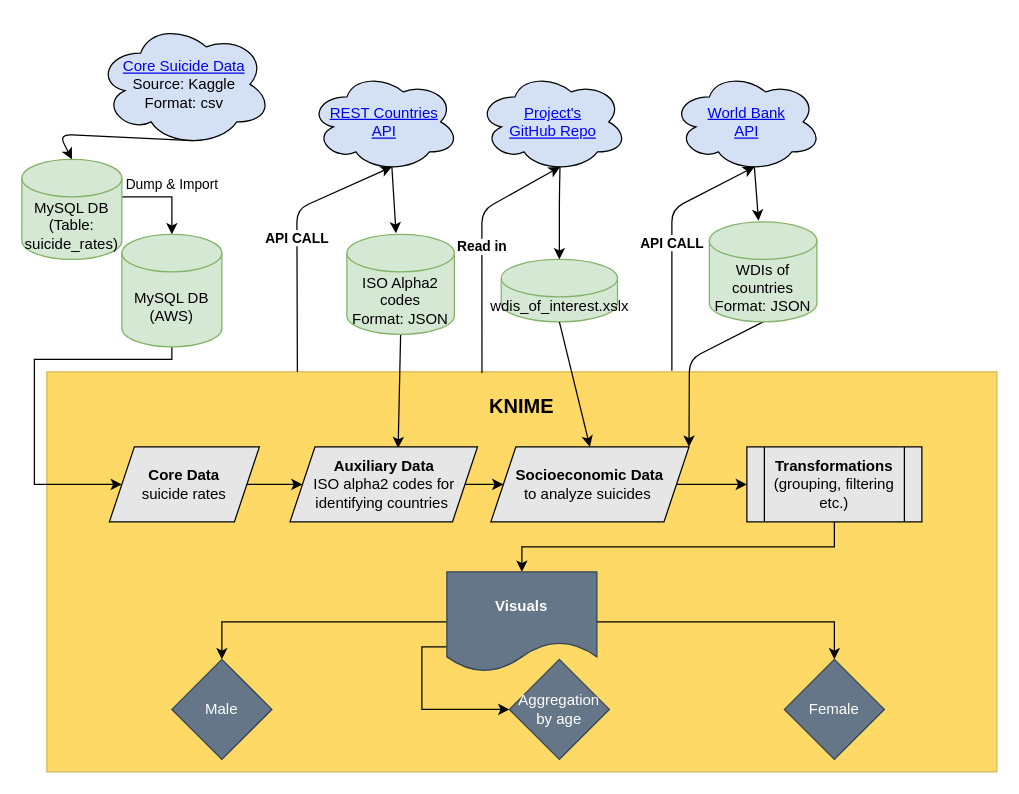
Before: visuals/gdfo.drawio in dgulacsy/DE2_Term_Project, a draw.io diagram. Source tidied: cells renumbered, new cells numbered last; positions are measured from the earlier drawing's top-left corner, leaving out a move shared by most shapes. Both pictures are drawn from the tidied source at 125%, with x=0, y=0 at pixel (21, 21).
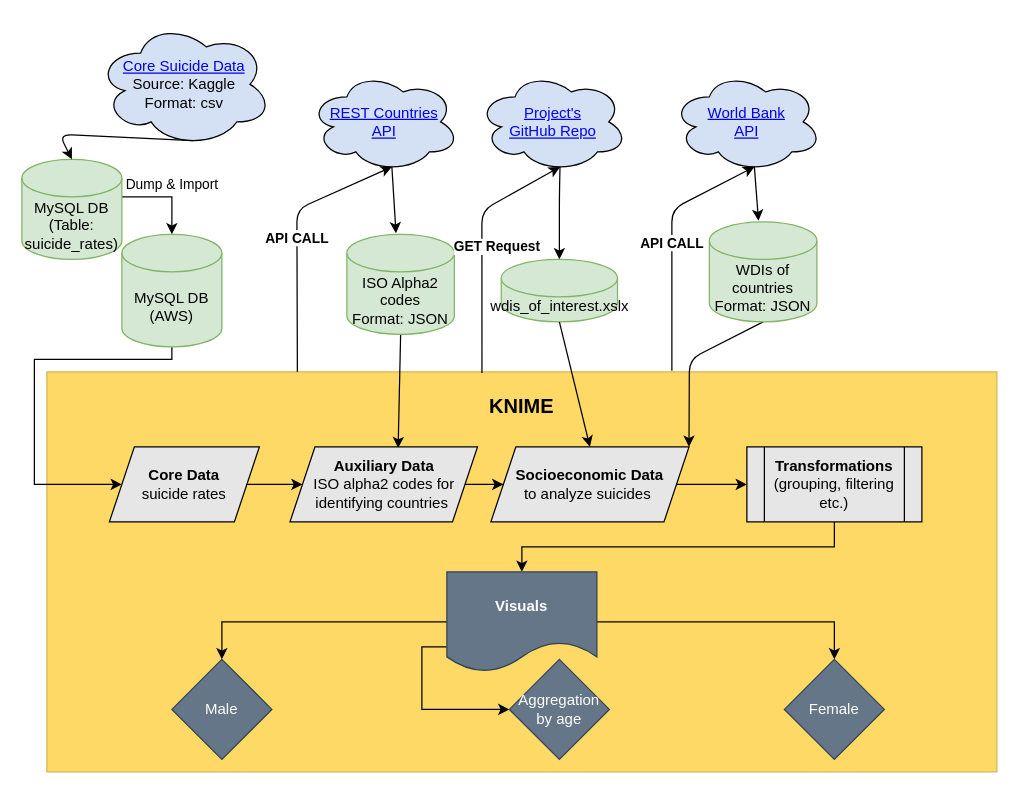
The same diagram, later.

Commit message (it also covers changes not shown here):
add interactivity to gdfo visual

Unchanged cells that the change refers to:
```xml
<mxCell id="2" value="&lt;h2 style=&quot;font-size: 16px ; line-height: 100%&quot;&gt;KNIME&lt;/h2&gt;" style="rounded=0;whiteSpace=wrap;html=1;align=center;horizontal=1;verticalAlign=top;labelBackgroundColor=none;strokeColor=#d6b656;fillColor=#FFD966;" parent="1" vertex="1">
  <mxGeometry x="20" y="280" width="760" height="320" as="geometry" />
</mxCell>
<mxCell id="34" value="&lt;u&gt;&lt;font&gt;Project's&lt;br&gt;GitHub Repo&lt;/font&gt;&lt;/u&gt;" style="ellipse;shape=cloud;whiteSpace=wrap;html=1;fillColor=#D4E1F5;fontColor=#0000FF;" parent="1" vertex="1">
  <mxGeometry x="364.5" y="40" width="120" height="80" as="geometry" />
</mxCell>
```

Change to the diagram source:
```diff
@@
-    <mxCell id="38" value="&lt;b&gt;Read in&lt;/b&gt;" style="endArrow=classic;html=1;entryX=0.55;entryY=0.95;entryDx=0;entryDy=0;entryPerimeter=0;exitX=0.458;exitY=0.003;exitDx=0;exitDy=0;exitPerimeter=0;" parent="1" edge="1" source="2" target="34">
-      <mxGeometry relative="1" as="geometry">
+    <mxCell id="38" value="&lt;b&gt;GET Request&lt;/b&gt;" style="endArrow=classic;html=1;entryX=0.55;entryY=0.95;entryDx=0;entryDy=0;entryPerimeter=0;exitX=0.458;exitY=0.003;exitDx=0;exitDy=0;exitPerimeter=0;" parent="1" edge="1" source="2" target="34">
+      <mxGeometry y="-12" relative="1" as="geometry">
         <Array as="points">
           <mxPoint x="368" y="151" />
         </Array>
       </mxGeometry>
     </mxCell>
```
